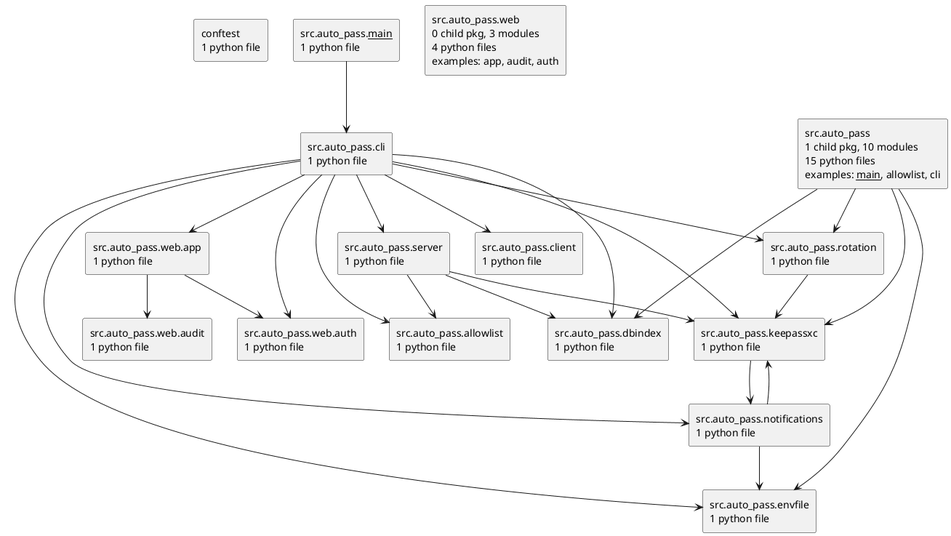
The PlantUML diagram docs/diagrams/python-packages.puml.png in casonk/auto-pass, before a commit. Source of this version:
```plantuml
@startuml packages_checkout
set namespaceSeparator none
top to bottom direction
skinparam componentStyle rectangle
rectangle "conftest\n1 python file" as conftest
rectangle "src.auto_pass\n1 child pkg, 10 modules\n15 python files\nexamples: __main__, allowlist, cli" as src.auto_pass
rectangle "src.auto_pass.__main__\n1 python file" as src.auto_pass.__main__
rectangle "src.auto_pass.allowlist\n1 python file" as src.auto_pass.allowlist
rectangle "src.auto_pass.cli\n1 python file" as src.auto_pass.cli
rectangle "src.auto_pass.client\n1 python file" as src.auto_pass.client
rectangle "src.auto_pass.dbindex\n1 python file" as src.auto_pass.dbindex
rectangle "src.auto_pass.envfile\n1 python file" as src.auto_pass.envfile
rectangle "src.auto_pass.keepassxc\n1 python file" as src.auto_pass.keepassxc
rectangle "src.auto_pass.notifications\n1 python file" as src.auto_pass.notifications
rectangle "src.auto_pass.rotation\n1 python file" as src.auto_pass.rotation
rectangle "src.auto_pass.server\n1 python file" as src.auto_pass.server
rectangle "src.auto_pass.web\n0 child pkg, 3 modules\n4 python files\nexamples: app, audit, auth" as src.auto_pass.web
rectangle "src.auto_pass.web.app\n1 python file" as src.auto_pass.web.app
rectangle "src.auto_pass.web.audit\n1 python file" as src.auto_pass.web.audit
rectangle "src.auto_pass.web.auth\n1 python file" as src.auto_pass.web.auth
src.auto_pass --> src.auto_pass.dbindex
src.auto_pass --> src.auto_pass.envfile
src.auto_pass --> src.auto_pass.keepassxc
src.auto_pass --> src.auto_pass.rotation
src.auto_pass.__main__ --> src.auto_pass.cli
src.auto_pass.cli --> src.auto_pass.allowlist
src.auto_pass.cli --> src.auto_pass.client
src.auto_pass.cli --> src.auto_pass.dbindex
src.auto_pass.cli --> src.auto_pass.envfile
src.auto_pass.cli --> src.auto_pass.keepassxc
src.auto_pass.cli --> src.auto_pass.notifications
src.auto_pass.cli --> src.auto_pass.rotation
src.auto_pass.cli --> src.auto_pass.server
src.auto_pass.cli --> src.auto_pass.web.app
src.auto_pass.cli --> src.auto_pass.web.auth
src.auto_pass.keepassxc --> src.auto_pass.notifications
src.auto_pass.notifications --> src.auto_pass.envfile
src.auto_pass.notifications --> src.auto_pass.keepassxc
src.auto_pass.rotation --> src.auto_pass.keepassxc
src.auto_pass.server --> src.auto_pass.allowlist
src.auto_pass.server --> src.auto_pass.dbindex
src.auto_pass.server --> src.auto_pass.keepassxc
src.auto_pass.web.app --> src.auto_pass.web.audit
src.auto_pass.web.app --> src.auto_pass.web.auth
@enduml
```
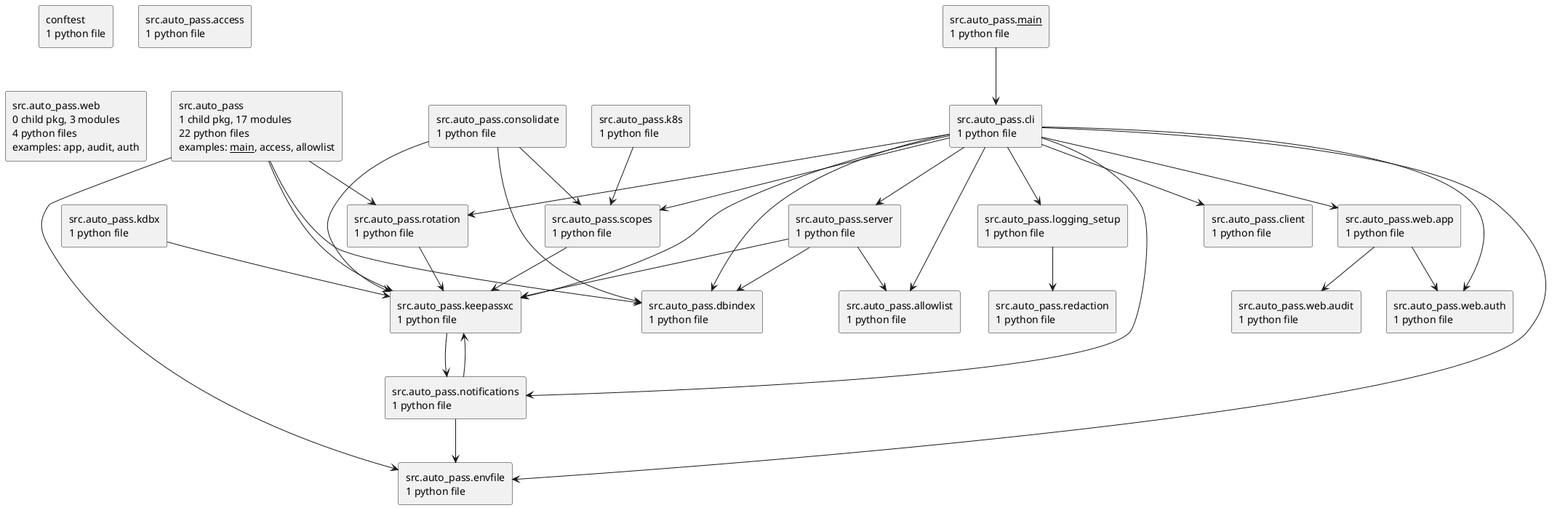
After the commit.

Change to the diagram source:
```diff
@@ -1,18 +1,25 @@
-@startuml packages_checkout
+@startuml packages_auto-pass
 set namespaceSeparator none
 top to bottom direction
 skinparam componentStyle rectangle
 rectangle "conftest\n1 python file" as conftest
-rectangle "src.auto_pass\n1 child pkg, 10 modules\n15 python files\nexamples: __main__, allowlist, cli" as src.auto_pass
+rectangle "src.auto_pass\n1 child pkg, 17 modules\n22 python files\nexamples: __main__, access, allowlist" as src.auto_pass
 rectangle "src.auto_pass.__main__\n1 python file" as src.auto_pass.__main__
+rectangle "src.auto_pass.access\n1 python file" as src.auto_pass.access
 rectangle "src.auto_pass.allowlist\n1 python file" as src.auto_pass.allowlist
 rectangle "src.auto_pass.cli\n1 python file" as src.auto_pass.cli
 rectangle "src.auto_pass.client\n1 python file" as src.auto_pass.client
+rectangle "src.auto_pass.consolidate\n1 python file" as src.auto_pass.consolidate
 rectangle "src.auto_pass.dbindex\n1 python file" as src.auto_pass.dbindex
 rectangle "src.auto_pass.envfile\n1 python file" as src.auto_pass.envfile
+rectangle "src.auto_pass.k8s\n1 python file" as src.auto_pass.k8s
+rectangle "src.auto_pass.kdbx\n1 python file" as src.auto_pass.kdbx
 rectangle "src.auto_pass.keepassxc\n1 python file" as src.auto_pass.keepassxc
+rectangle "src.auto_pass.logging_setup\n1 python file" as src.auto_pass.logging_setup
 rectangle "src.auto_pass.notifications\n1 python file" as src.auto_pass.notifications
+rectangle "src.auto_pass.redaction\n1 python file" as src.auto_pass.redaction
 rectangle "src.auto_pass.rotation\n1 python file" as src.auto_pass.rotation
+rectangle "src.auto_pass.scopes\n1 python file" as src.auto_pass.scopes
 rectangle "src.auto_pass.server\n1 python file" as src.auto_pass.server
 rectangle "src.auto_pass.web\n0 child pkg, 3 modules\n4 python files\nexamples: app, audit, auth" as src.auto_pass.web
 rectangle "src.auto_pass.web.app\n1 python file" as src.auto_pass.web.app
@@ -28,15 +35,24 @@
 src.auto_pass.cli --> src.auto_pass.dbindex
 src.auto_pass.cli --> src.auto_pass.envfile
 src.auto_pass.cli --> src.auto_pass.keepassxc
+src.auto_pass.cli --> src.auto_pass.logging_setup
 src.auto_pass.cli --> src.auto_pass.notifications
 src.auto_pass.cli --> src.auto_pass.rotation
+src.auto_pass.cli --> src.auto_pass.scopes
 src.auto_pass.cli --> src.auto_pass.server
 src.auto_pass.cli --> src.auto_pass.web.app
 src.auto_pass.cli --> src.auto_pass.web.auth
+src.auto_pass.consolidate --> src.auto_pass.dbindex
+src.auto_pass.consolidate --> src.auto_pass.keepassxc
+src.auto_pass.consolidate --> src.auto_pass.scopes
+src.auto_pass.k8s --> src.auto_pass.scopes
+src.auto_pass.kdbx --> src.auto_pass.keepassxc
 src.auto_pass.keepassxc --> src.auto_pass.notifications
+src.auto_pass.logging_setup --> src.auto_pass.redaction
 src.auto_pass.notifications --> src.auto_pass.envfile
 src.auto_pass.notifications --> src.auto_pass.keepassxc
 src.auto_pass.rotation --> src.auto_pass.keepassxc
+src.auto_pass.scopes --> src.auto_pass.keepassxc
 src.auto_pass.server --> src.auto_pass.allowlist
 src.auto_pass.server --> src.auto_pass.dbindex
 src.auto_pass.server --> src.auto_pass.keepassxc
```
